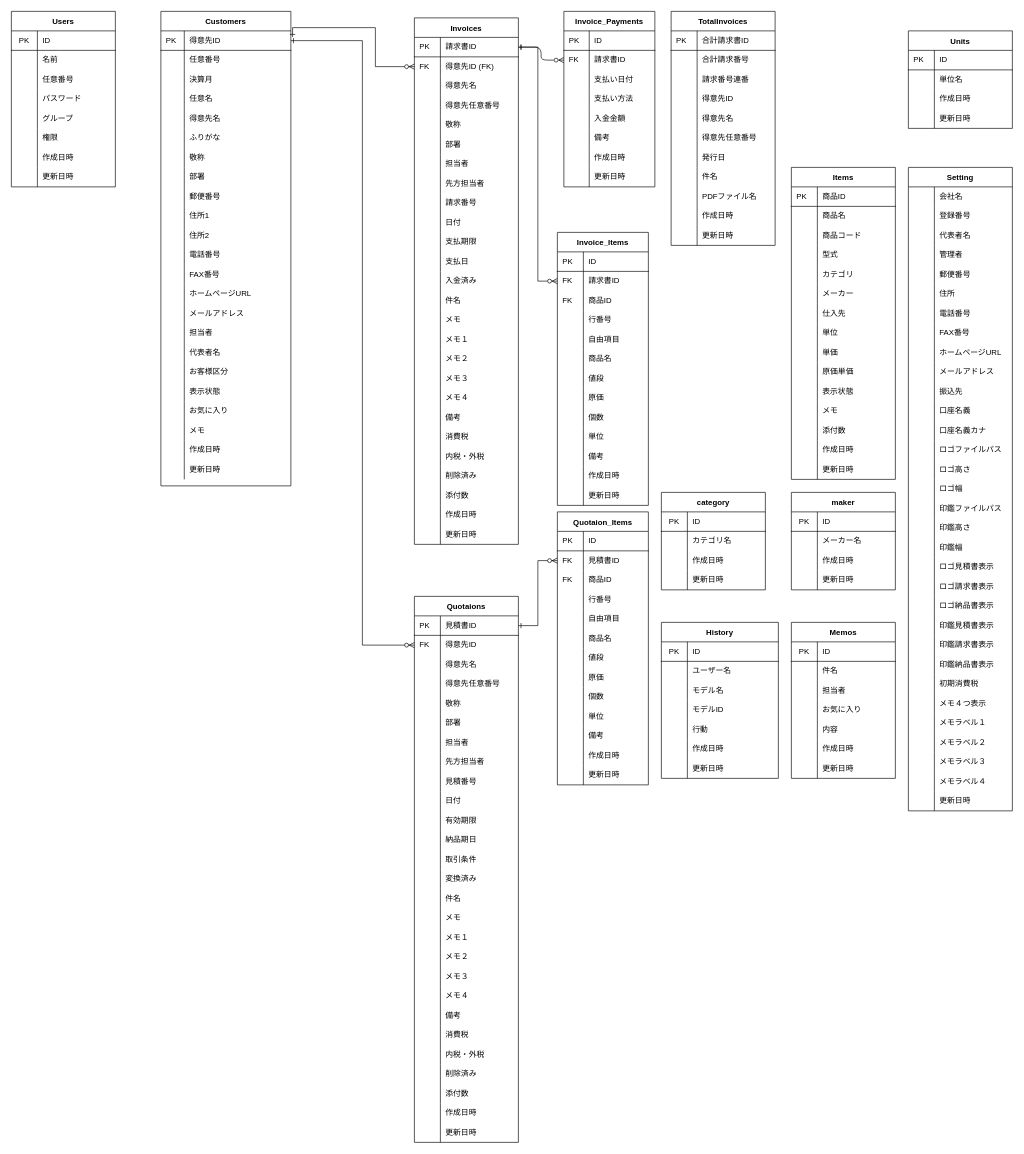
Before: soho_er.dio in gamasenninn/caddie-clone, a draw.io diagram. Source tidied: cells renumbered, new cells numbered last; positions are measured from the earlier drawing's top-left corner, leaving out a move shared by most shapes. Both pictures are drawn from the tidied source at 65%, with x=0, y=0 at pixel (11, 11).
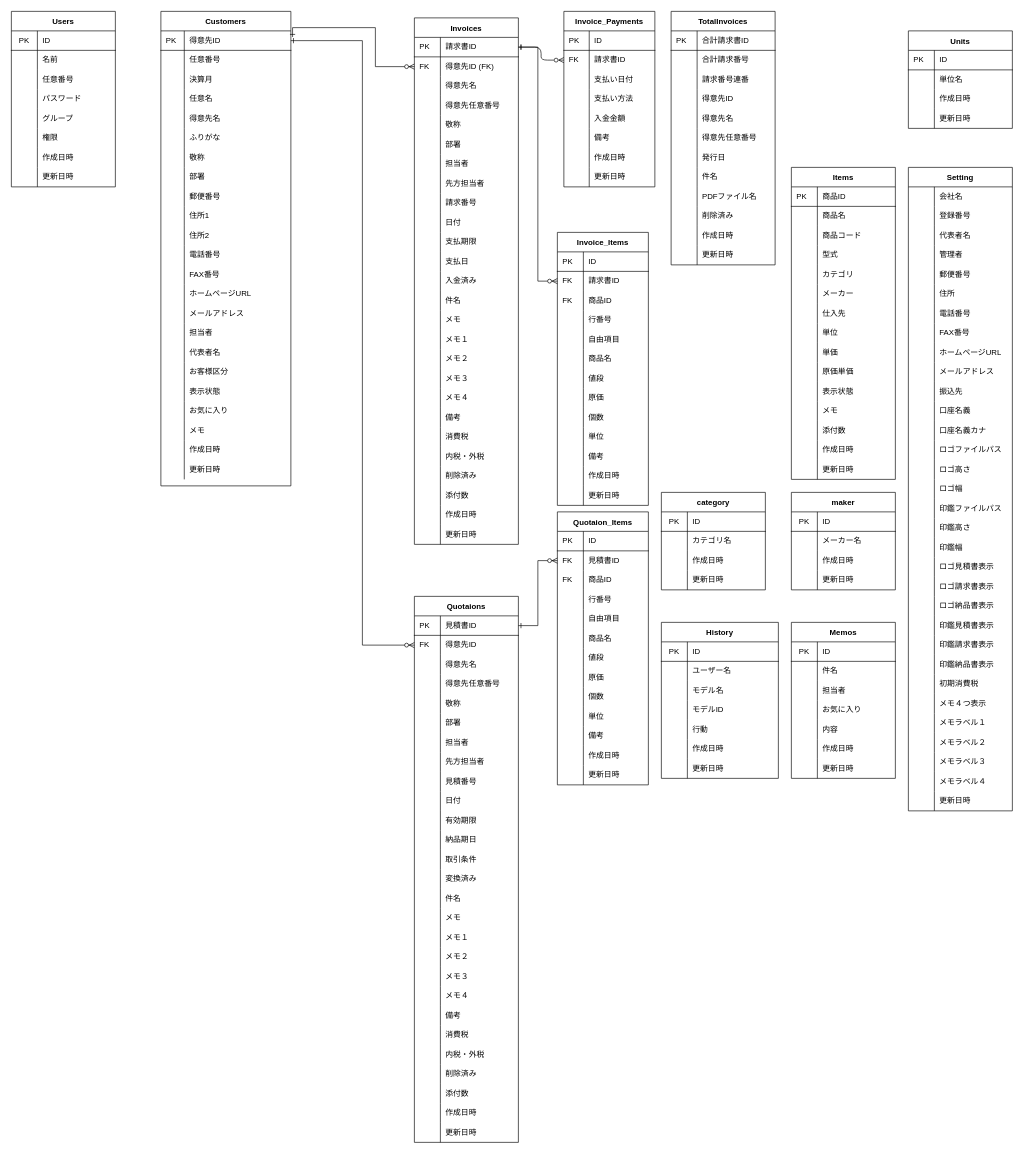
After the change.

The edit, as a diff of the source:
```diff
@@
     <mxCell id="594" value="TotalInvoices" style="shape=table;startSize=30;childLayout=tableLayout;rowLines=0;fontStyle=1;align=center;" parent="1" vertex="1">
-      <mxGeometry x="1015" width="160" height="360" as="geometry" />
+      <mxGeometry x="1015" width="160" height="390" as="geometry" />
     </mxCell>
@@
+    <mxCell id="628" style="shape=partialRectangle;html=1;whiteSpace=wrap;fillColor=none;top=0;left=0;bottom=0;right=0;" parent="594" vertex="1">
+      <mxGeometry y="300" width="160" height="30" as="geometry" />
+    </mxCell>
+    <mxCell id="629" style="shape=partialRectangle;html=1;whiteSpace=wrap;fillColor=none;top=0;left=0;bottom=0;right=0;align=left;spacingLeft=6;overflow=hidden;" parent="628" vertex="1">
+      <mxGeometry width="40" height="30" as="geometry" />
+    </mxCell>
+    <mxCell id="630" value="削除済み" style="shape=partialRectangle;html=1;whiteSpace=wrap;fillColor=none;top=0;left=0;bottom=0;right=0;align=left;spacingLeft=6;overflow=hidden;" parent="628" vertex="1">
+      <mxGeometry x="40" width="120" height="30" as="geometry" />
+    </mxCell>
     <mxCell id="622" style="shape=partialRectangle;html=1;whiteSpace=wrap;fillColor=none;top=0;left=0;bottom=0;right=0;" parent="594" vertex="1">
-      <mxGeometry y="300" width="160" height="30" as="geometry" />
+      <mxGeometry y="330" width="160" height="30" as="geometry" />
     </mxCell>
@@
     <mxCell id="625" style="shape=partialRectangle;html=1;whiteSpace=wrap;fillColor=none;top=0;left=0;bottom=0;right=0;" parent="594" vertex="1">
-      <mxGeometry y="330" width="160" height="30" as="geometry" />
+      <mxGeometry y="360" width="160" height="30" as="geometry" />
     </mxCell>
```
